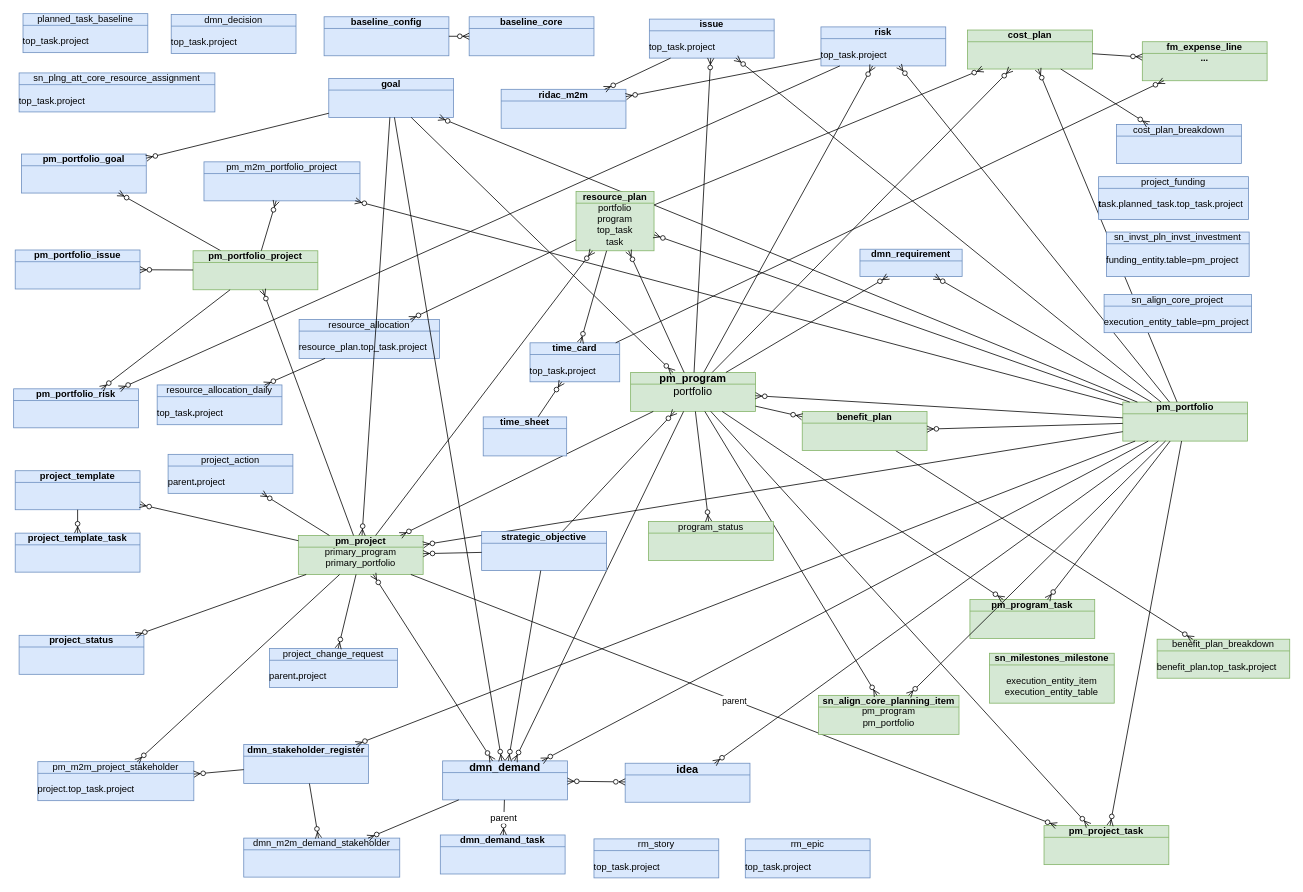
Earlier version of the draw.io diagram page "allTables" (3 of 20) of Sar.drawio (algimas/tmp). Source tidied: cells renumbered, new cells numbered last; positions are measured from the earlier drawing's top-left corner, leaving out a move shared by most shapes. Both pictures are drawn from the tidied source at 78%, with x=0, y=0 at pixel (13, 13).
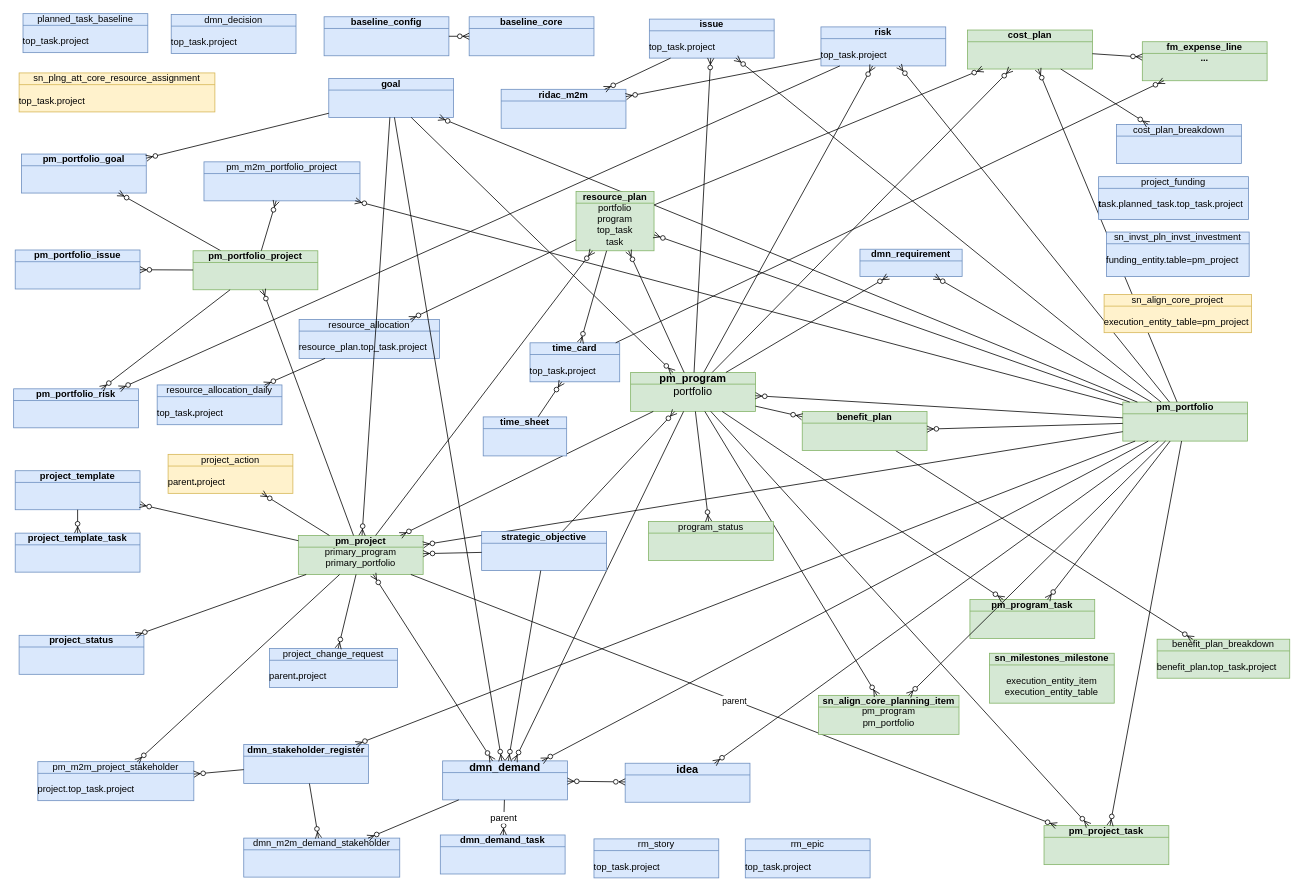
The same page after the edit.

Change to the diagram source:
```diff
@@
-    <mxCell id="2" value="&lt;div&gt;&lt;span style=&quot;font-weight: normal;&quot;&gt;sn_plng_att_core_resource_assignment&lt;/span&gt;&lt;/div&gt;&lt;div&gt;&lt;br&gt;&lt;/div&gt;&lt;div align=&quot;left&quot;&gt;&lt;span style=&quot;font-weight: normal;&quot;&gt;top_task.&lt;/span&gt;&lt;span style=&quot;font-weight: normal;&quot;&gt;project&lt;/span&gt;&lt;/div&gt;" style="html=1;whiteSpace=wrap;fillColor=#dae8fc;shape=mxgraph.archimate3.businessObject;overflow=fill;strokeColor=#6c8ebf;fontStyle=1;" parent="1" vertex="1">
+    <mxCell id="2" value="&lt;div&gt;&lt;span style=&quot;font-weight: normal;&quot;&gt;sn_plng_att_core_resource_assignment&lt;/span&gt;&lt;/div&gt;&lt;div&gt;&lt;br&gt;&lt;/div&gt;&lt;div align=&quot;left&quot;&gt;&lt;span style=&quot;font-weight: normal;&quot;&gt;top_task.&lt;/span&gt;&lt;span style=&quot;font-weight: normal;&quot;&gt;project&lt;/span&gt;&lt;/div&gt;" style="html=1;whiteSpace=wrap;fillColor=#fff2cc;shape=mxgraph.archimate3.businessObject;overflow=fill;strokeColor=#d6b656;fontStyle=1;" parent="1" vertex="1">
       <mxGeometry x="7" y="76" width="251" height="50" as="geometry" />
     </mxCell>
@@
-    <mxCell id="109" value="&lt;div&gt;&lt;span style=&quot;font-weight: normal;&quot;&gt;project_action&lt;/span&gt;&lt;/div&gt;&lt;div&gt;&lt;br&gt;&lt;/div&gt;&lt;div align=&quot;left&quot;&gt;&lt;span style=&quot;font-weight: normal;&quot;&gt;parent&lt;/span&gt;.&lt;span style=&quot;font-weight: normal;&quot;&gt;project&lt;/span&gt;&lt;/div&gt;" style="html=1;outlineConnect=0;whiteSpace=wrap;fillColor=#dae8fc;shape=mxgraph.archimate3.businessObject;overflow=fill;strokeColor=#6c8ebf;fontStyle=1;" parent="1" vertex="1">
+    <mxCell id="109" value="&lt;div&gt;&lt;span style=&quot;font-weight: normal;&quot;&gt;project_action&lt;/span&gt;&lt;/div&gt;&lt;div&gt;&lt;br&gt;&lt;/div&gt;&lt;div align=&quot;left&quot;&gt;&lt;span style=&quot;font-weight: normal;&quot;&gt;parent&lt;/span&gt;.&lt;span style=&quot;font-weight: normal;&quot;&gt;project&lt;/span&gt;&lt;/div&gt;" style="html=1;outlineConnect=0;whiteSpace=wrap;fillColor=#fff2cc;shape=mxgraph.archimate3.businessObject;overflow=fill;strokeColor=#d6b656;fontStyle=1;" parent="1" vertex="1">
       <mxGeometry x="198" y="565" width="160" height="50" as="geometry" />
     </mxCell>
@@
-    <mxCell id="116" value="&lt;div&gt;&lt;span style=&quot;font-weight: normal;&quot;&gt;sn_align_core_project&lt;/span&gt;&lt;/div&gt;&lt;div&gt;&lt;br&gt;&lt;/div&gt;&lt;div align=&quot;left&quot;&gt;&lt;span aria-label=&quot;Columns Section&quot; aria-hidden=&quot;false&quot; role=&quot;tabpanel&quot; style=&quot;display: block;&quot; id=&quot;section_tab.057f7a12bf7021007de108f7ff073947&quot; class=&quot;tabs2_section tabs2_section_1 tabs2_section1 tab_section&quot;&gt;&lt;span class=&quot;section&quot; id=&quot;section-057f7a12bf7021007de108f7ff073947&quot;&gt;&lt;span class=&quot;list_span_related embedded -tab-body&quot;&gt;&lt;span style=&quot;font-weight: normal;&quot;&gt;execution_entity_table=pm_project&lt;/span&gt;&lt;/span&gt;&lt;/span&gt;&lt;/span&gt;&lt;/div&gt;" style="html=1;whiteSpace=wrap;fillColor=#dae8fc;shape=mxgraph.archimate3.businessObject;overflow=fill;strokeColor=#6c8ebf;fontStyle=1;" parent="1" vertex="1">
+    <mxCell id="116" value="&lt;div&gt;&lt;span style=&quot;font-weight: normal;&quot;&gt;sn_align_core_project&lt;/span&gt;&lt;/div&gt;&lt;div&gt;&lt;br&gt;&lt;/div&gt;&lt;div align=&quot;left&quot;&gt;&lt;span aria-label=&quot;Columns Section&quot; aria-hidden=&quot;false&quot; role=&quot;tabpanel&quot; style=&quot;display: block;&quot; id=&quot;section_tab.057f7a12bf7021007de108f7ff073947&quot; class=&quot;tabs2_section tabs2_section_1 tabs2_section1 tab_section&quot;&gt;&lt;span class=&quot;section&quot; id=&quot;section-057f7a12bf7021007de108f7ff073947&quot;&gt;&lt;span class=&quot;list_span_related embedded -tab-body&quot;&gt;&lt;span style=&quot;font-weight: normal;&quot;&gt;execution_entity_table=pm_project&lt;/span&gt;&lt;/span&gt;&lt;/span&gt;&lt;/span&gt;&lt;/div&gt;" style="html=1;whiteSpace=wrap;fillColor=#fff2cc;shape=mxgraph.archimate3.businessObject;overflow=fill;strokeColor=#d6b656;fontStyle=1;" parent="1" vertex="1">
       <mxGeometry x="1398" y="360" width="189" height="49" as="geometry" />
     </mxCell>
```
